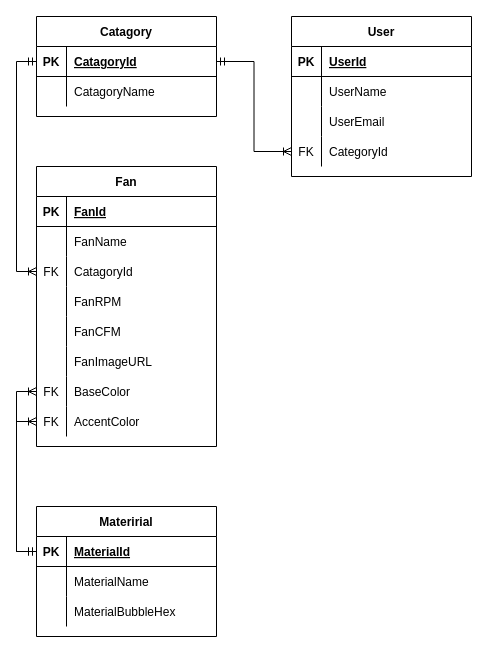
The draw.io diagram Database/ERD.drawio in WesselBBD/Grad-WebLevelUp, before the edit. Source tidied: cells renumbered, new cells numbered last; positions are measured from the earlier drawing's top-left corner, leaving out a move shared by most shapes. Both pictures are drawn from the tidied source at 100%, with x=0, y=0 at pixel (36, 16).
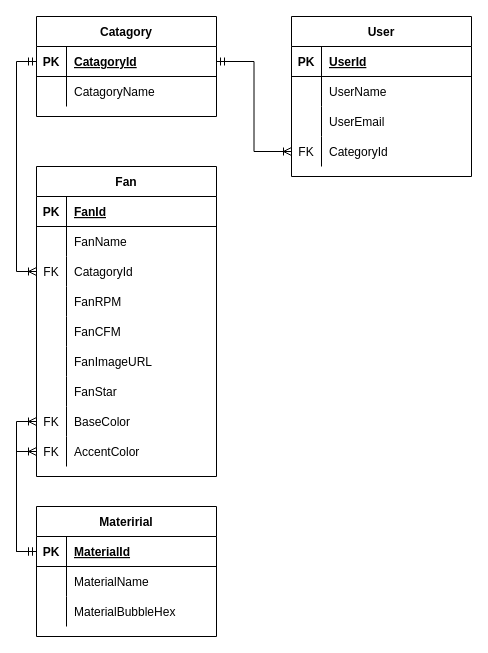
After the change.

What changed in the source:
```diff
@@
     <mxCell id="2" value="Fan" style="shape=table;startSize=30;childLayout=tableLayout;rowLines=0;fontStyle=1;align=center;" parent="1" vertex="1">
-      <mxGeometry y="150" width="180" height="280" as="geometry" />
+      <mxGeometry y="150" width="180" height="310" as="geometry" />
     </mxCell>
@@
+    <mxCell id="61" style="shape=tableRow;horizontal=0;startSize=0;swimlaneHead=0;swimlaneBody=0;fillColor=none;top=0;left=0;right=0;bottom=0;" parent="2" vertex="1">
+      <mxGeometry y="210" width="180" height="30" as="geometry" />
+    </mxCell>
+    <mxCell id="62" style="shape=partialRectangle;fillColor=none;top=0;left=0;bottom=0;right=0;overflow=hidden;" parent="61" vertex="1">
+      <mxGeometry width="30" height="30" as="geometry" />
+    </mxCell>
+    <mxCell id="63" value="FanStar" style="shape=partialRectangle;fillColor=none;top=0;left=0;bottom=0;right=0;align=left;spacingLeft=6;overflow=hidden;" parent="61" vertex="1">
+      <mxGeometry x="30" width="150" height="30" as="geometry" />
+    </mxCell>
     <mxCell id="21" style="shape=tableRow;horizontal=0;startSize=0;swimlaneHead=0;swimlaneBody=0;fillColor=none;points=[[0,0.5],[1,0.5]];portConstraint=eastwest;top=0;left=0;right=0;bottom=0;" parent="2" vertex="1">
-      <mxGeometry y="210" width="180" height="30" as="geometry" />
+      <mxGeometry y="240" width="180" height="30" as="geometry" />
     </mxCell>
@@
     <mxCell id="24" style="shape=tableRow;horizontal=0;startSize=0;swimlaneHead=0;swimlaneBody=0;fillColor=none;points=[[0,0.5],[1,0.5]];portConstraint=eastwest;top=0;left=0;right=0;bottom=0;" parent="2" vertex="1">
-      <mxGeometry y="240" width="180" height="30" as="geometry" />
+      <mxGeometry y="270" width="180" height="30" as="geometry" />
     </mxCell>
```
